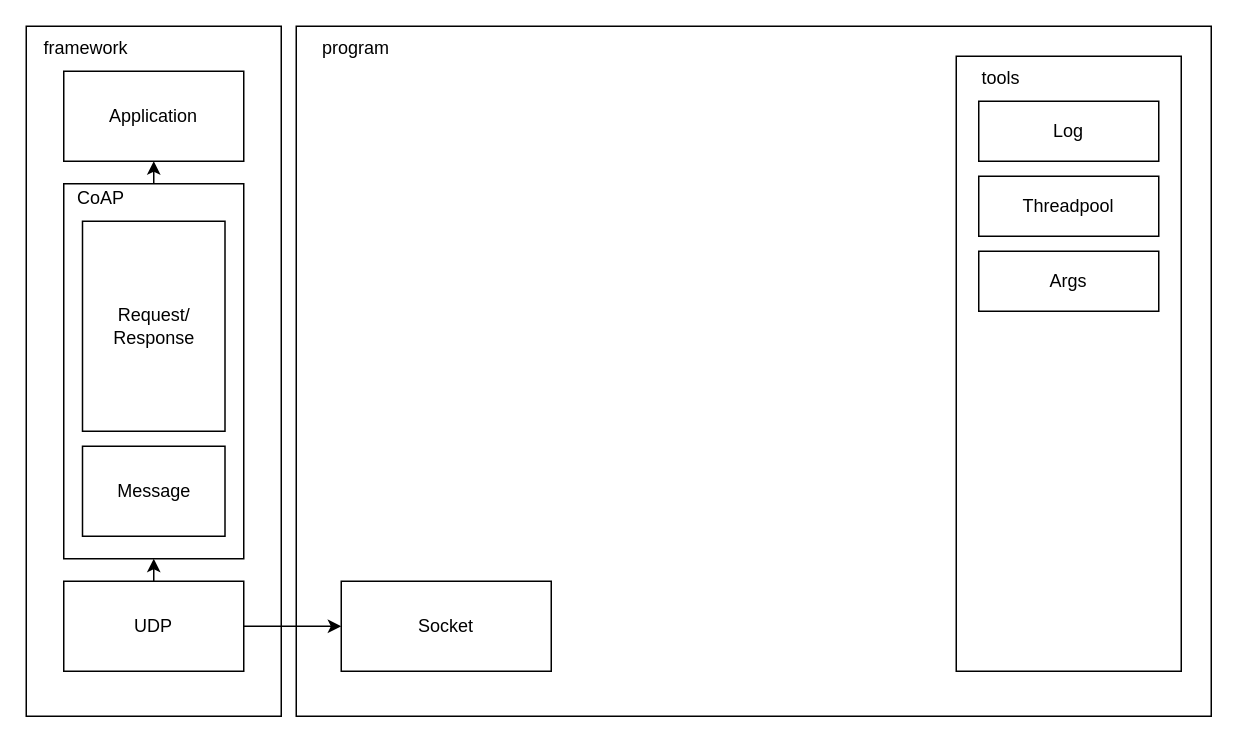
Above: doc/images/coap_server.drawio in LNfromNorth/CoAP_Server (draw.io), before the change. Source tidied: cells renumbered, new cells numbered last; positions are measured from the earlier drawing's top-left corner, leaving out a move shared by most shapes. Both pictures are drawn from the tidied source at 150%, with x=0, y=0 at pixel (26, 26).
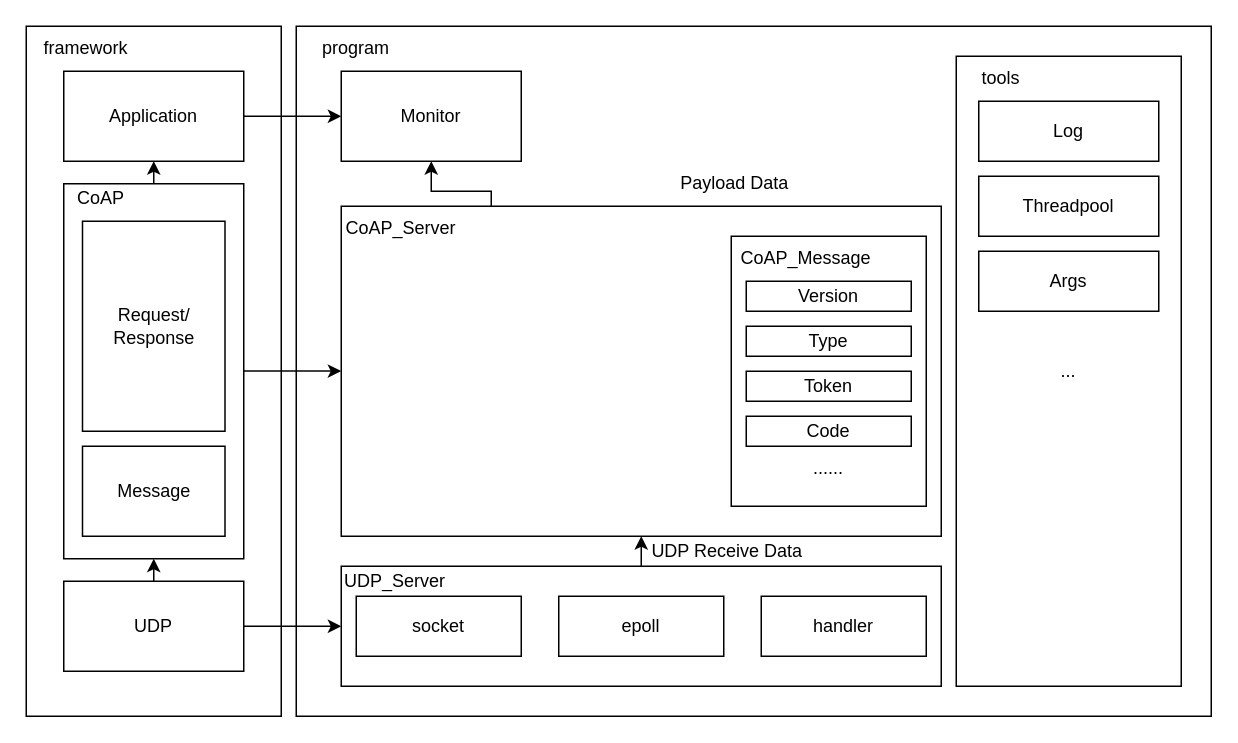
The same page after the edit.

Unchanged cells that the change refers to:
```xml
<mxCell id="4" style="rounded=0;whiteSpace=wrap;html=1;" parent="1" vertex="1">
  <mxGeometry x="25" y="105" width="120" height="250" as="geometry" />
</mxCell>
<mxCell id="7" value="Application" style="rounded=0;whiteSpace=wrap;html=1;" parent="1" vertex="1">
  <mxGeometry x="25" y="30" width="120" height="60" as="geometry" />
</mxCell>
```

Diff of the diagram source:
```diff
@@
+    <mxCell id="21" style="edgeStyle=orthogonalEdgeStyle;rounded=0;jettySize=auto;html=1;exitX=0.5;exitY=0;exitDx=0;exitDy=0;entryX=0.5;entryY=1;entryDx=0;entryDy=0;" parent="1" edge="1" source="14" target="27">
+      <mxGeometry relative="1" as="geometry" />
+    </mxCell>
-    <mxCell id="14" value="Socket" style="rounded=0;whiteSpace=wrap;html=1;" parent="1" vertex="1">
-      <mxGeometry x="210" y="370" width="140" height="60" as="geometry" />
+    <mxCell id="14" style="rounded=0;whiteSpace=wrap;html=1;" parent="1" vertex="1">
+      <mxGeometry x="210" y="360" width="400" height="80" as="geometry" />
     </mxCell>
@@
-    <mxCell id="16" style="rounded=0;whiteSpace=wrap;html=1;" parent="1" vertex="1">
-      <mxGeometry x="620" y="20" width="150" height="410" as="geometry" />
+    <mxCell id="16" value="..." style="rounded=0;whiteSpace=wrap;html=1;" parent="1" vertex="1">
+      <mxGeometry x="620" y="20" width="150" height="420" as="geometry" />
     </mxCell>
@@
+    <mxCell id="22" value="socket" style="rounded=0;whiteSpace=wrap;html=1;" parent="1" vertex="1">
+      <mxGeometry x="220" y="380" width="110" height="40" as="geometry" />
+    </mxCell>
+    <mxCell id="23" value="epoll" style="rounded=0;whiteSpace=wrap;html=1;" parent="1" vertex="1">
+      <mxGeometry x="355" y="380" width="110" height="40" as="geometry" />
+    </mxCell>
+    <mxCell id="24" value="handler" style="rounded=0;whiteSpace=wrap;html=1;" parent="1" vertex="1">
+      <mxGeometry x="490" y="380" width="110" height="40" as="geometry" />
+    </mxCell>
+    <mxCell id="25" value="UDP_Server" style="text;html=1;align=center;verticalAlign=middle;whiteSpace=wrap;rounded=0;" parent="1" vertex="1">
+      <mxGeometry x="216" y="355" width="60" height="30" as="geometry" />
+    </mxCell>
+    <mxCell id="26" style="edgeStyle=orthogonalEdgeStyle;rounded=0;jettySize=auto;html=1;exitX=0.25;exitY=0;exitDx=0;exitDy=0;entryX=0.5;entryY=1;entryDx=0;entryDy=0;" parent="1" edge="1" source="27" target="32">
+      <mxGeometry relative="1" as="geometry">
+        <Array as="points">
+          <mxPoint x="310" y="110" />
+          <mxPoint x="270" y="110" />
+        </Array>
+      </mxGeometry>
+    </mxCell>
+    <mxCell id="27" style="rounded=0;whiteSpace=wrap;html=1;" parent="1" vertex="1">
+      <mxGeometry x="210" y="120" width="400" height="220" as="geometry" />
+    </mxCell>
+    <mxCell id="28" style="rounded=0;whiteSpace=wrap;html=1;" parent="1" vertex="1">
+      <mxGeometry x="470" y="140" width="130" height="180" as="geometry" />
+    </mxCell>
+    <mxCell id="29" value="CoAP_Server" style="text;html=1;align=center;verticalAlign=middle;whiteSpace=wrap;rounded=0;" parent="1" vertex="1">
+      <mxGeometry x="220" y="120" width="60" height="30" as="geometry" />
+    </mxCell>
+    <mxCell id="30" value="CoAP_Message" style="text;html=1;align=center;verticalAlign=middle;whiteSpace=wrap;rounded=0;" parent="1" vertex="1">
+      <mxGeometry x="490" y="140" width="60" height="30" as="geometry" />
+    </mxCell>
+    <mxCell id="31" style="edgeStyle=orthogonalEdgeStyle;rounded=0;jettySize=auto;html=1;entryX=0.005;entryY=0.521;entryDx=0;entryDy=0;entryPerimeter=0;exitX=1;exitY=0.5;exitDx=0;exitDy=0;" parent="1" edge="1" source="4">
+      <mxGeometry relative="1" as="geometry">
+        <mxPoint x="210" y="229.9" as="targetPoint" />
+        <Array as="points">
+          <mxPoint x="210" y="230" />
+        </Array>
+      </mxGeometry>
+    </mxCell>
+    <mxCell id="32" value="Monitor" style="rounded=0;whiteSpace=wrap;html=1;" parent="1" vertex="1">
+      <mxGeometry x="210" y="30" width="120" height="60" as="geometry" />
+    </mxCell>
+    <mxCell id="33" value="UDP Receive Data" style="text;html=1;align=center;verticalAlign=middle;whiteSpace=wrap;rounded=0;" parent="1" vertex="1">
+      <mxGeometry x="405" y="335" width="125" height="30" as="geometry" />
+    </mxCell>
+    <mxCell id="34" style="edgeStyle=orthogonalEdgeStyle;rounded=0;orthogonalLoop=1;jettySize=auto;html=1;exitX=0.5;exitY=1;exitDx=0;exitDy=0;" parent="1" edge="1">
+      <mxGeometry relative="1" as="geometry">
+        <mxPoint x="410" y="230" as="sourcePoint" />
+        <mxPoint x="410" y="230" as="targetPoint" />
+      </mxGeometry>
+    </mxCell>
+    <mxCell id="35" value="Payload Data" style="text;html=1;align=center;verticalAlign=middle;whiteSpace=wrap;rounded=0;" parent="1" vertex="1">
+      <mxGeometry x="410" y="90" width="125" height="30" as="geometry" />
+    </mxCell>
+    <mxCell id="36" style="edgeStyle=orthogonalEdgeStyle;rounded=0;jettySize=auto;html=1;exitX=1;exitY=0.5;exitDx=0;exitDy=0;entryX=0;entryY=0.5;entryDx=0;entryDy=0;" parent="1" edge="1" source="7" target="32">
+      <mxGeometry relative="1" as="geometry" />
+    </mxCell>
+    <mxCell id="37" value="Version" style="rounded=0;whiteSpace=wrap;html=1;" parent="1" vertex="1">
+      <mxGeometry x="480" y="170" width="110" height="20" as="geometry" />
+    </mxCell>
+    <mxCell id="38" value="Type" style="rounded=0;whiteSpace=wrap;html=1;" parent="1" vertex="1">
+      <mxGeometry x="480" y="200" width="110" height="20" as="geometry" />
+    </mxCell>
+    <mxCell id="39" value="Token" style="rounded=0;whiteSpace=wrap;html=1;" parent="1" vertex="1">
+      <mxGeometry x="480" y="230" width="110" height="20" as="geometry" />
+    </mxCell>
+    <mxCell id="40" value="Code" style="rounded=0;whiteSpace=wrap;html=1;" parent="1" vertex="1">
+      <mxGeometry x="480" y="260" width="110" height="20" as="geometry" />
+    </mxCell>
+    <mxCell id="41" value="......" style="text;html=1;align=center;verticalAlign=middle;whiteSpace=wrap;rounded=0;" parent="1" vertex="1">
+      <mxGeometry x="505" y="280" width="60" height="30" as="geometry" />
+    </mxCell>
```
